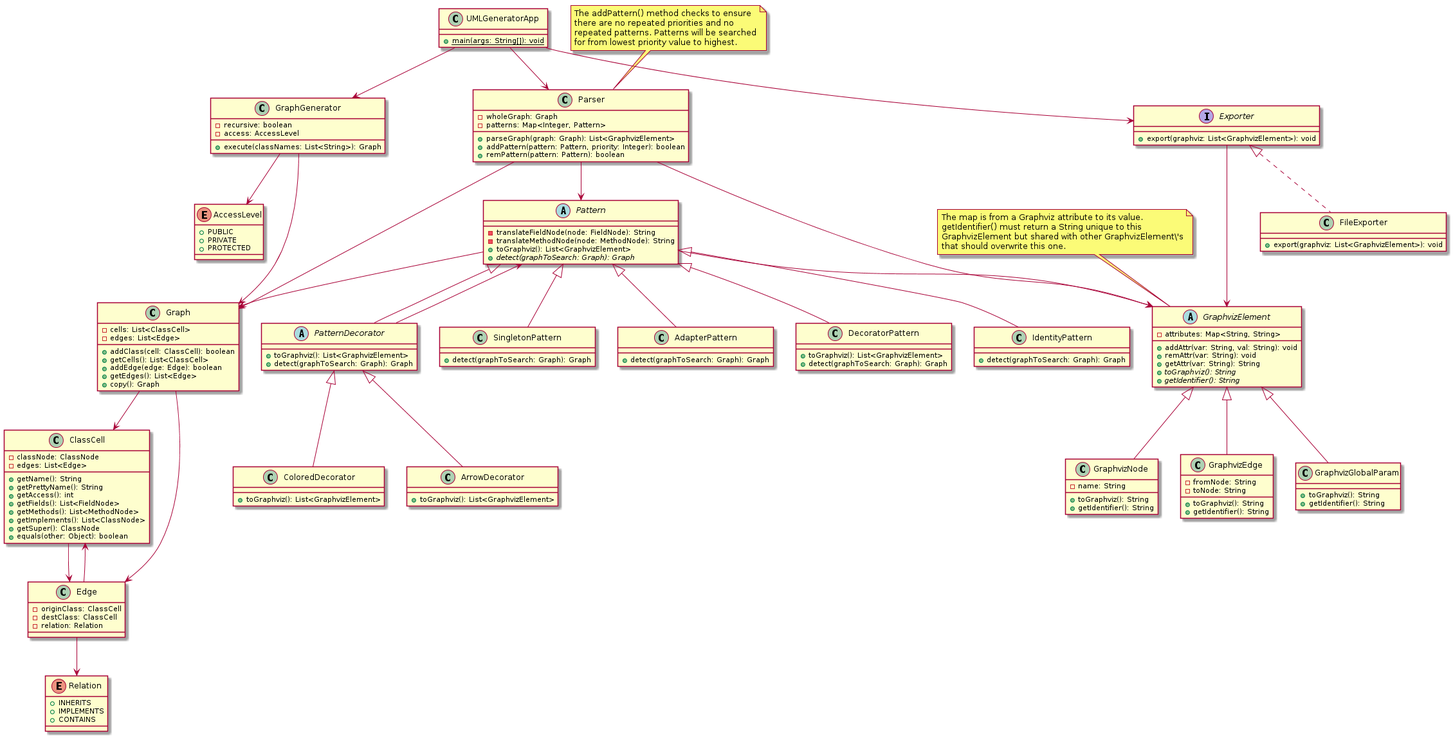
The PlantUML diagram docs/uml.png in kgroble/uml-generator, before a commit.
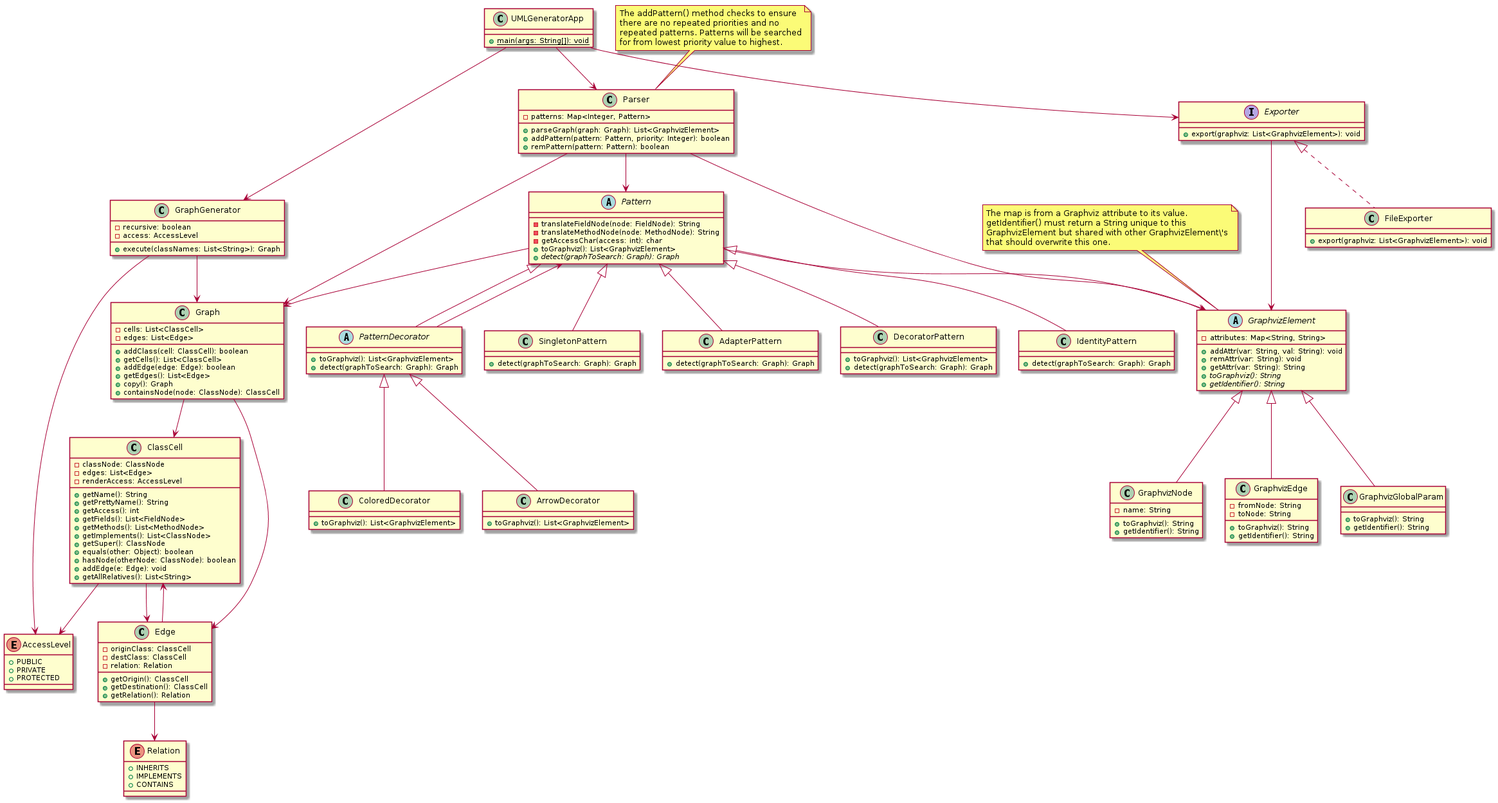
After the change.

What changed in the source:
```diff
@@ -18,7 +18,7 @@
 class ClassCell {
 - classNode: ClassNode
 - edges: List<Edge>
-
+- renderAccess: AccessLevel
 + getName(): String
 + getPrettyName(): String
 + getAccess(): int
@@ -27,16 +27,21 @@
 + getImplements(): List<ClassNode>
 + getSuper(): ClassNode
 + equals(other: Object): boolean
++ hasNode(otherNode: ClassNode): boolean
++ addEdge(e: Edge): void
++ getAllRelatives(): List<String>
 }
 
 class Edge {
 - originClass: ClassCell
 - destClass: ClassCell
 - relation: Relation
++ getOrigin(): ClassCell
++ getDestination(): ClassCell
++ getRelation(): Relation
 }
 
 class Parser {
-- wholeGraph: Graph
 - patterns: Map<Integer, Pattern>
 + parseGraph(graph: Graph): List<GraphvizElement>
 + addPattern(pattern: Pattern, priority: Integer): boolean
@@ -57,11 +62,13 @@
 + addEdge(edge: Edge): boolean
 + getEdges(): List<Edge>
 + copy(): Graph
++ containsNode(node: ClassNode): ClassCell
 }
 
 abstract class Pattern {
 - translateFieldNode(node: FieldNode): String
 - translateMethodNode(node: MethodNode): String
+- getAccessChar(access: int): char
 + toGraphviz(): List<GraphvizElement>
 + {abstract} detect(graphToSearch: Graph): Graph
 }
@@ -149,6 +156,7 @@
 GraphGenerator --> Graph
 GraphGenerator --> AccessLevel
 ClassCell --> Edge
+ClassCell --> AccessLevel
 Edge --> ClassCell
 Edge --> Relation
 Parser --> Pattern
```
